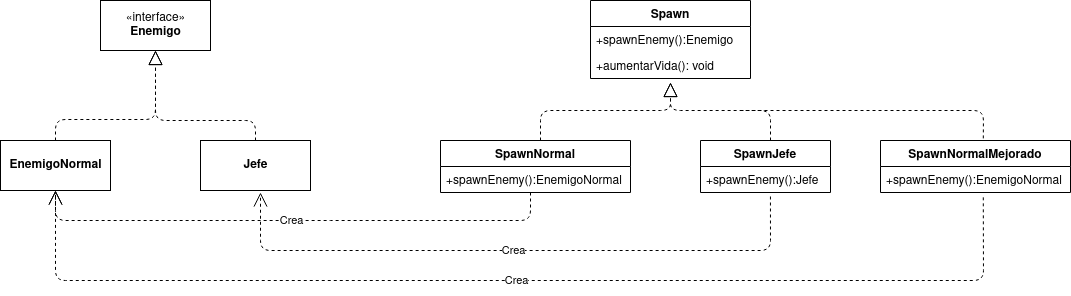
Before: Factory/Enemigos2.png, a diagram exported from draw.io (M0squ3ra/Design-Patterns). Source tidied: cells renumbered, new cells last; positions are measured from the earlier drawing's top-left corner, leaving out a move shared by most shapes. The source it was exported from:
```xml
<mxGraphModel>
  <root>
    <mxCell id="0" />
    <mxCell id="1" parent="0" />
    <mxCell id="2" value="«interface»&lt;br&gt;&lt;b&gt;Enemigo&lt;/b&gt;" style="html=1;labelBackgroundColor=none;" parent="1" vertex="1">
      <mxGeometry x="100" width="110" height="50" as="geometry" />
    </mxCell>
    <mxCell id="3" value="&lt;div&gt;&lt;b&gt;EnemigoNormal&lt;/b&gt;&lt;/div&gt;" style="html=1;labelBackgroundColor=none;" parent="1" vertex="1">
      <mxGeometry y="140" width="110" height="50" as="geometry" />
    </mxCell>
    <mxCell id="4" value="&lt;b&gt;Jefe&lt;/b&gt;" style="html=1;labelBackgroundColor=none;" parent="1" vertex="1">
      <mxGeometry x="200" y="140" width="110" height="50" as="geometry" />
    </mxCell>
    <mxCell id="5" style="endArrow=block;dashed=1;endFill=0;endSize=12;html=1;entryX=0.5;entryY=1;entryDx=0;entryDy=0;exitX=0.5;exitY=0;exitDx=0;exitDy=0;" parent="1" edge="1" source="3" target="2">
      <mxGeometry relative="1" as="geometry">
        <Array as="points">
          <mxPoint x="55" y="119" />
          <mxPoint x="155" y="119" />
        </Array>
      </mxGeometry>
    </mxCell>
    <mxCell id="6" style="endArrow=block;dashed=1;endFill=0;endSize=12;html=1;entryX=0.5;entryY=1;entryDx=0;entryDy=0;exitX=0.5;exitY=0;exitDx=0;exitDy=0;" parent="1" edge="1" source="4" target="2">
      <mxGeometry relative="1" as="geometry">
        <Array as="points">
          <mxPoint x="255" y="120" />
          <mxPoint x="155" y="120" />
        </Array>
      </mxGeometry>
    </mxCell>
    <mxCell id="7" value="SpawnNormal" style="swimlane;fontStyle=1;horizontal=1;startSize=26;fillColor=none;labelBackgroundColor=none;" parent="1" vertex="1">
      <mxGeometry x="440" y="140" width="190" height="52" as="geometry" />
    </mxCell>
    <mxCell id="8" value="+spawnEnemy():EnemigoNormal" style="text;strokeColor=none;fillColor=none;align=left;verticalAlign=top;spacingLeft=4;spacingRight=4;overflow=hidden;" parent="7" vertex="1">
      <mxGeometry y="26" width="190" height="26" as="geometry" />
    </mxCell>
    <mxCell id="9" value="&lt;div&gt;Crea&lt;/div&gt;" style="endArrow=open;endSize=12;dashed=1;html=1;entryX=0.5;entryY=1;entryDx=0;entryDy=0;" parent="7" edge="1" target="3">
      <mxGeometry relative="1" as="geometry">
        <mxPoint x="90" y="52" as="sourcePoint" />
        <Array as="points">
          <mxPoint x="90" y="80" />
          <mxPoint x="-120" y="80" />
          <mxPoint x="-385" y="80" />
        </Array>
      </mxGeometry>
    </mxCell>
    <mxCell id="10" value="&lt;div&gt;Crea&lt;/div&gt;" style="endArrow=open;endSize=12;dashed=1;html=1;exitX=0.538;exitY=1.154;exitDx=0;exitDy=0;exitPerimeter=0;" parent="7" edge="1" source="13">
      <mxGeometry relative="1" as="geometry">
        <mxPoint x="-180" y="52" as="targetPoint" />
        <Array as="points">
          <mxPoint x="330" y="110" />
          <mxPoint x="85" y="110" />
          <mxPoint x="-120" y="110" />
          <mxPoint x="-180" y="110" />
        </Array>
      </mxGeometry>
    </mxCell>
    <mxCell id="11" value="SpawnJefe" style="swimlane;fontStyle=1;horizontal=1;startSize=26;fillColor=none;labelBackgroundColor=none;" parent="1" vertex="1">
      <mxGeometry x="700" y="140" width="130" height="52" as="geometry" />
    </mxCell>
    <mxCell id="12" style="endArrow=block;dashed=1;endFill=0;endSize=12;html=1;entryX=0.5;entryY=1.154;entryDx=0;entryDy=0;entryPerimeter=0;" parent="11" edge="1" target="16">
      <mxGeometry relative="1" as="geometry">
        <mxPoint x="70" as="sourcePoint" />
        <Array as="points">
          <mxPoint x="70" y="-30" />
          <mxPoint x="-30" y="-30" />
        </Array>
      </mxGeometry>
    </mxCell>
    <mxCell id="13" value="+spawnEnemy():Jefe&#10;" style="text;strokeColor=none;fillColor=none;align=left;verticalAlign=top;spacingLeft=4;spacingRight=4;overflow=hidden;points=[[0,0.5],[1,0.5]];portConstraint=eastwest;" parent="11" vertex="1">
      <mxGeometry y="26" width="130" height="26" as="geometry" />
    </mxCell>
    <mxCell id="14" value="Spawn" style="swimlane;fontStyle=1;horizontal=1;startSize=26;fillColor=none;labelBackgroundColor=none;" parent="1" vertex="1">
      <mxGeometry x="590" width="160" height="78" as="geometry" />
    </mxCell>
    <mxCell id="15" value="+spawnEnemy():Enemigo" style="text;strokeColor=none;fillColor=none;align=left;verticalAlign=top;spacingLeft=4;spacingRight=4;overflow=hidden;" parent="14" vertex="1">
      <mxGeometry y="26" width="160" height="26" as="geometry" />
    </mxCell>
    <mxCell id="16" value="+aumentarVida(): void" style="text;strokeColor=none;fillColor=none;align=left;verticalAlign=top;spacingLeft=4;spacingRight=4;overflow=hidden;points=[[0,0.5],[1,0.5]];portConstraint=eastwest;" parent="14" vertex="1">
      <mxGeometry y="52" width="160" height="26" as="geometry" />
    </mxCell>
    <mxCell id="17" style="endArrow=block;dashed=1;endFill=0;endSize=12;html=1;" parent="1" edge="1">
      <mxGeometry relative="1" as="geometry">
        <mxPoint x="540" y="140" as="sourcePoint" />
        <mxPoint x="670" y="82" as="targetPoint" />
        <Array as="points">
          <mxPoint x="540" y="110" />
          <mxPoint x="670" y="110" />
        </Array>
      </mxGeometry>
    </mxCell>
    <mxCell id="18" value="SpawnNormalMejorado" style="swimlane;fontStyle=1;horizontal=1;startSize=26;fillColor=none;labelBackgroundColor=none;" parent="1" vertex="1">
      <mxGeometry x="880" y="140" width="190" height="52" as="geometry" />
    </mxCell>
    <mxCell id="19" value="+spawnEnemy():EnemigoNormal" style="text;strokeColor=none;fillColor=none;align=left;verticalAlign=top;spacingLeft=4;spacingRight=4;overflow=hidden;points=[[0,0.5],[1,0.5]];portConstraint=eastwest;" parent="18" vertex="1">
      <mxGeometry y="26" width="190" height="26" as="geometry" />
    </mxCell>
    <mxCell id="20" style="endArrow=none;dashed=1;html=1;entryX=0.541;entryY=0.017;entryDx=0;entryDy=0;entryPerimeter=0;" parent="1" edge="1" target="18">
      <mxGeometry relative="1" as="geometry">
        <mxPoint x="740" y="110" as="sourcePoint" />
        <Array as="points">
          <mxPoint x="983" y="110" />
        </Array>
      </mxGeometry>
    </mxCell>
    <mxCell id="21" value="&lt;div&gt;Crea&lt;/div&gt;" style="endArrow=open;endSize=12;dashed=1;html=1;exitX=0.541;exitY=1.186;exitDx=0;exitDy=0;exitPerimeter=0;" parent="1" edge="1" source="19">
      <mxGeometry relative="1" as="geometry">
        <mxPoint x="55" y="190" as="targetPoint" />
        <Array as="points">
          <mxPoint x="983" y="280" />
          <mxPoint x="305" y="280" />
          <mxPoint x="55" y="280" />
        </Array>
      </mxGeometry>
    </mxCell>
  </root>
</mxGraphModel>
```
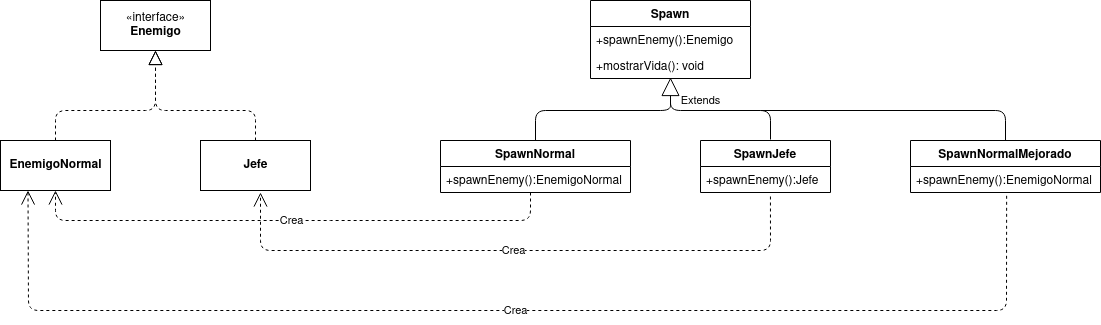
After the commit.

Change to the diagram source:
```diff
@@ -11,22 +11,6 @@
     <mxCell id="4" value="&lt;b&gt;Jefe&lt;/b&gt;" style="html=1;labelBackgroundColor=none;" parent="1" vertex="1">
       <mxGeometry x="200" y="140" width="110" height="50" as="geometry" />
     </mxCell>
-    <mxCell id="5" style="endArrow=block;dashed=1;endFill=0;endSize=12;html=1;entryX=0.5;entryY=1;entryDx=0;entryDy=0;exitX=0.5;exitY=0;exitDx=0;exitDy=0;" parent="1" edge="1" source="3" target="2">
-      <mxGeometry relative="1" as="geometry">
-        <Array as="points">
-          <mxPoint x="55" y="119" />
-          <mxPoint x="155" y="119" />
-        </Array>
-      </mxGeometry>
-    </mxCell>
-    <mxCell id="6" style="endArrow=block;dashed=1;endFill=0;endSize=12;html=1;entryX=0.5;entryY=1;entryDx=0;entryDy=0;exitX=0.5;exitY=0;exitDx=0;exitDy=0;" parent="1" edge="1" source="4" target="2">
-      <mxGeometry relative="1" as="geometry">
-        <Array as="points">
-          <mxPoint x="255" y="120" />
-          <mxPoint x="155" y="120" />
-        </Array>
-      </mxGeometry>
-    </mxCell>
     <mxCell id="7" value="SpawnNormal" style="swimlane;fontStyle=1;horizontal=1;startSize=26;fillColor=none;labelBackgroundColor=none;" parent="1" vertex="1">
       <mxGeometry x="440" y="140" width="190" height="52" as="geometry" />
     </mxCell>
@@ -57,15 +41,6 @@
     <mxCell id="11" value="SpawnJefe" style="swimlane;fontStyle=1;horizontal=1;startSize=26;fillColor=none;labelBackgroundColor=none;" parent="1" vertex="1">
       <mxGeometry x="700" y="140" width="130" height="52" as="geometry" />
     </mxCell>
-    <mxCell id="12" style="endArrow=block;dashed=1;endFill=0;endSize=12;html=1;entryX=0.5;entryY=1.154;entryDx=0;entryDy=0;entryPerimeter=0;" parent="11" edge="1" target="16">
-      <mxGeometry relative="1" as="geometry">
-        <mxPoint x="70" as="sourcePoint" />
-        <Array as="points">
-          <mxPoint x="70" y="-30" />
-          <mxPoint x="-30" y="-30" />
-        </Array>
-      </mxGeometry>
-    </mxCell>
     <mxCell id="13" value="+spawnEnemy():Jefe&#10;" style="text;strokeColor=none;fillColor=none;align=left;verticalAlign=top;spacingLeft=4;spacingRight=4;overflow=hidden;points=[[0,0.5],[1,0.5]];portConstraint=eastwest;" parent="11" vertex="1">
       <mxGeometry y="26" width="130" height="26" as="geometry" />
     </mxCell>
@@ -75,42 +50,66 @@
     <mxCell id="15" value="+spawnEnemy():Enemigo" style="text;strokeColor=none;fillColor=none;align=left;verticalAlign=top;spacingLeft=4;spacingRight=4;overflow=hidden;" parent="14" vertex="1">
       <mxGeometry y="26" width="160" height="26" as="geometry" />
     </mxCell>
-    <mxCell id="16" value="+aumentarVida(): void" style="text;strokeColor=none;fillColor=none;align=left;verticalAlign=top;spacingLeft=4;spacingRight=4;overflow=hidden;points=[[0,0.5],[1,0.5]];portConstraint=eastwest;" parent="14" vertex="1">
+    <mxCell id="16" value="+mostrarVida(): void" style="text;strokeColor=none;fillColor=none;align=left;verticalAlign=top;spacingLeft=4;spacingRight=4;overflow=hidden;points=[[0,0.5],[1,0.5]];portConstraint=eastwest;" parent="14" vertex="1">
       <mxGeometry y="52" width="160" height="26" as="geometry" />
     </mxCell>
-    <mxCell id="17" style="endArrow=block;dashed=1;endFill=0;endSize=12;html=1;" parent="1" edge="1">
-      <mxGeometry relative="1" as="geometry">
-        <mxPoint x="540" y="140" as="sourcePoint" />
-        <mxPoint x="670" y="82" as="targetPoint" />
-        <Array as="points">
-          <mxPoint x="540" y="110" />
-          <mxPoint x="670" y="110" />
-        </Array>
-      </mxGeometry>
-    </mxCell>
+    <mxCell id="22" value="Extends" style="endArrow=block;endSize=16;endFill=0;html=1;" parent="1" edge="1">
+      <mxGeometry x="0.22" y="-10" relative="1" as="geometry">
+        <mxPoint x="770" y="139" as="sourcePoint" />
+        <mxPoint x="670" y="77" as="targetPoint" />
+        <Array as="points">
+          <mxPoint x="770" y="110" />
+          <mxPoint x="670" y="110" />
+        </Array>
+      </mxGeometry>
+    </mxCell>
+    <mxCell id="23" style="endArrow=none;html=1;exitX=0.5;exitY=0;exitDx=0;exitDy=0;" parent="1" edge="1" source="7">
+      <mxGeometry relative="1" as="geometry">
+        <mxPoint x="670" y="100" as="targetPoint" />
+        <Array as="points">
+          <mxPoint x="535" y="110" />
+          <mxPoint x="670" y="110" />
+        </Array>
+      </mxGeometry>
+    </mxCell>
     <mxCell id="18" value="SpawnNormalMejorado" style="swimlane;fontStyle=1;horizontal=1;startSize=26;fillColor=none;labelBackgroundColor=none;" parent="1" vertex="1">
-      <mxGeometry x="880" y="140" width="190" height="52" as="geometry" />
+      <mxGeometry x="910" y="140" width="190" height="52" as="geometry" />
     </mxCell>
     <mxCell id="19" value="+spawnEnemy():EnemigoNormal" style="text;strokeColor=none;fillColor=none;align=left;verticalAlign=top;spacingLeft=4;spacingRight=4;overflow=hidden;points=[[0,0.5],[1,0.5]];portConstraint=eastwest;" parent="18" vertex="1">
       <mxGeometry y="26" width="190" height="26" as="geometry" />
     </mxCell>
-    <mxCell id="20" style="endArrow=none;dashed=1;html=1;entryX=0.541;entryY=0.017;entryDx=0;entryDy=0;entryPerimeter=0;" parent="1" edge="1" target="18">
-      <mxGeometry relative="1" as="geometry">
-        <mxPoint x="740" y="110" as="sourcePoint" />
-        <Array as="points">
-          <mxPoint x="983" y="110" />
-        </Array>
-      </mxGeometry>
-    </mxCell>
+    <mxCell id="24" style="endArrow=none;html=1;entryX=0.5;entryY=0;entryDx=0;entryDy=0;" parent="1" edge="1" target="18">
+      <mxGeometry relative="1" as="geometry">
+        <mxPoint x="760" y="110" as="sourcePoint" />
+        <Array as="points">
+          <mxPoint x="1005" y="110" />
+        </Array>
+      </mxGeometry>
+    </mxCell>
-    <mxCell id="21" value="&lt;div&gt;Crea&lt;/div&gt;" style="endArrow=open;endSize=12;dashed=1;html=1;exitX=0.541;exitY=1.186;exitDx=0;exitDy=0;exitPerimeter=0;" parent="1" edge="1" source="19">
+    <mxCell id="21" value="&lt;div&gt;Crea&lt;/div&gt;" style="endArrow=open;endSize=12;dashed=1;html=1;entryX=0.25;entryY=1;entryDx=0;entryDy=0;exitX=0.506;exitY=1.127;exitDx=0;exitDy=0;exitPerimeter=0;" parent="1" edge="1" source="19" target="3">
       <mxGeometry relative="1" as="geometry">
-        <mxPoint x="55" y="190" as="targetPoint" />
         <Array as="points">
-          <mxPoint x="983" y="280" />
-          <mxPoint x="305" y="280" />
-          <mxPoint x="55" y="280" />
+          <mxPoint x="1006" y="310" />
+          <mxPoint x="305" y="310" />
+          <mxPoint x="28" y="310" />
         </Array>
       </mxGeometry>
     </mxCell>
+    <mxCell id="5" style="endArrow=block;dashed=1;endFill=0;endSize=12;html=1;exitX=0.5;exitY=0;exitDx=0;exitDy=0;entryX=0.5;entryY=1;entryDx=0;entryDy=0;" parent="1" edge="1" source="3" target="2">
+      <mxGeometry relative="1" as="geometry">
+        <Array as="points">
+          <mxPoint x="55" y="110" />
+          <mxPoint x="155" y="110" />
+        </Array>
+      </mxGeometry>
+    </mxCell>
+    <mxCell id="6" style="endArrow=block;dashed=1;endFill=0;endSize=12;html=1;entryX=0.5;entryY=1;entryDx=0;entryDy=0;exitX=0.5;exitY=0;exitDx=0;exitDy=0;" parent="1" edge="1" source="4" target="2">
+      <mxGeometry relative="1" as="geometry">
+        <Array as="points">
+          <mxPoint x="255" y="110" />
+          <mxPoint x="155" y="110" />
+        </Array>
+      </mxGeometry>
+    </mxCell>
   </root>
 </mxGraphModel>
```
